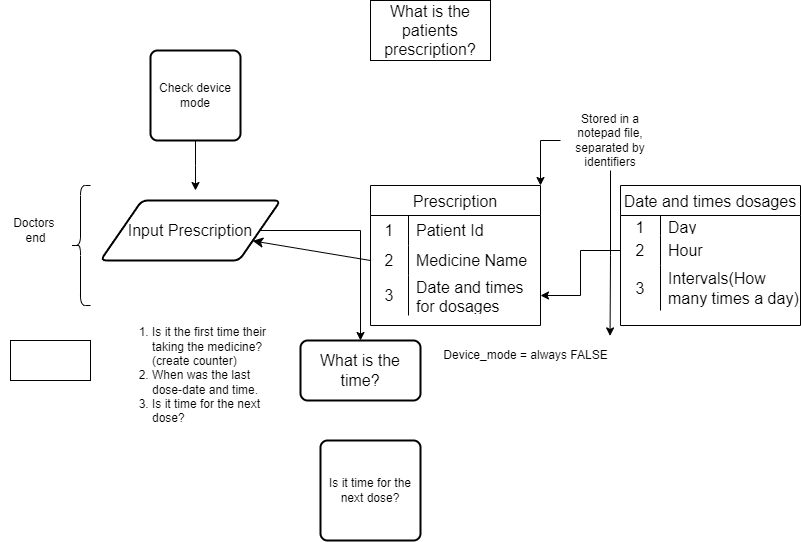
Iann-urus/Med-Assistant keeps this draw.io diagram as Prescription.png. Above is the earlier version. Source tidied: cells renumbered, new cells last; positions are measured from the earlier drawing's top-left corner, leaving out a move shared by most shapes.
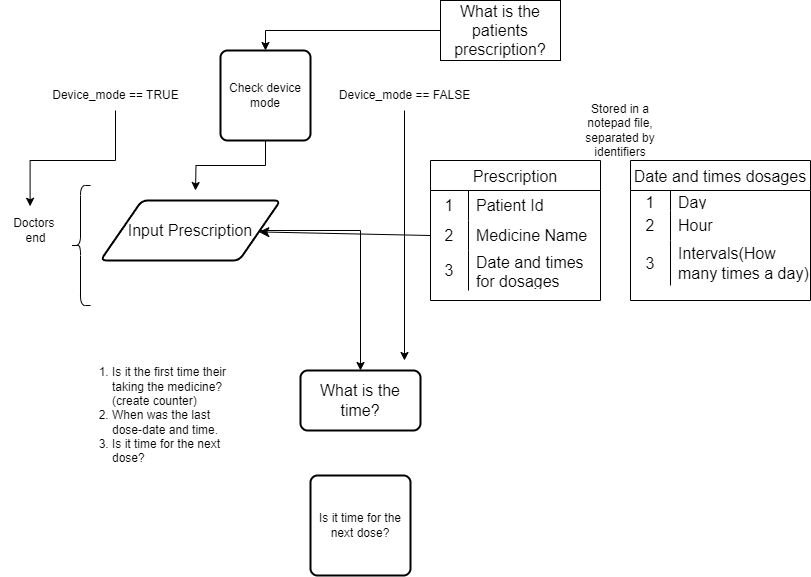
Above is the later version.

The edit, as a diff of the source:
```diff
@@ -2,8 +2,11 @@
   <root>
     <mxCell id="0" />
     <mxCell id="1" parent="0" />
+    <mxCell id="39" style="edgeStyle=orthogonalEdgeStyle;rounded=0;jettySize=auto;html=1;entryX=0.5;entryY=0;entryDx=0;entryDy=0;" parent="1" edge="1" source="2" target="38">
+      <mxGeometry relative="1" as="geometry" />
+    </mxCell>
     <mxCell id="2" value="What is the patients prescription?" style="rounded=0;whiteSpace=wrap;html=1;fontSize=16;" parent="1" vertex="1">
-      <mxGeometry x="370" width="120" height="60" as="geometry" />
+      <mxGeometry x="440" width="120" height="60" as="geometry" />
     </mxCell>
     <mxCell id="3" style="edgeStyle=orthogonalEdgeStyle;rounded=0;jettySize=auto;html=1;" parent="1" edge="1" source="4" target="19">
       <mxGeometry relative="1" as="geometry" />
@@ -12,7 +15,7 @@
       <mxGeometry x="100" y="200" width="180" height="60" as="geometry" />
     </mxCell>
     <mxCell id="5" value="Prescription" style="shape=table;startSize=30;rowLines=0;fontStyle=0;strokeColor=default;fontSize=16;" parent="1" vertex="1">
-      <mxGeometry x="370" y="185" width="170" height="140" as="geometry" />
+      <mxGeometry x="430" y="160" width="170" height="140" as="geometry" />
     </mxCell>
     <mxCell id="6" style="shape=tableRow;horizontal=0;startSize=0;swimlaneHead=0;swimlaneBody=0;top=0;left=0;bottom=0;right=0;fillColor=none;strokeColor=inherit;fontSize=16;" parent="5" vertex="1">
       <mxGeometry y="30" width="170" height="30" as="geometry" />
@@ -44,23 +47,20 @@
     <mxCell id="15" style="edgeStyle=none;curved=1;rounded=0;jettySize=auto;html=1;exitX=0;exitY=0.5;exitDx=0;exitDy=0;fontSize=12;startSize=8;endSize=8;" parent="1" edge="1" source="9" target="4">
       <mxGeometry relative="1" as="geometry" />
     </mxCell>
-    <mxCell id="16" style="edgeStyle=orthogonalEdgeStyle;rounded=0;jettySize=auto;html=1;entryX=1;entryY=0;entryDx=0;entryDy=0;" parent="1" edge="1" source="17" target="5">
-      <mxGeometry relative="1" as="geometry" />
-    </mxCell>
     <mxCell id="17" value="Stored in a notepad file,&lt;br&gt;separated by identifiers" style="text;html=1;strokeColor=none;fillColor=none;align=center;verticalAlign=middle;whiteSpace=wrap;rounded=0;" parent="1" vertex="1">
-      <mxGeometry x="560" y="110" width="100" height="60" as="geometry" />
+      <mxGeometry x="570" y="100" width="100" height="60" as="geometry" />
     </mxCell>
     <mxCell id="18" value="&lt;ol&gt;&lt;li&gt;Is it the first time their taking the medicine?(create counter)&lt;/li&gt;&lt;li&gt;When was the last dose-date and time.&lt;/li&gt;&lt;li&gt;Is it time for the next dose?&lt;/li&gt;&lt;/ol&gt;" style="text;strokeColor=none;fillColor=none;html=1;whiteSpace=wrap;verticalAlign=middle;overflow=hidden;" parent="1" vertex="1">
-      <mxGeometry x="110" y="310" width="160" height="130" as="geometry" />
+      <mxGeometry x="70" y="350" width="160" height="130" as="geometry" />
     </mxCell>
     <mxCell id="19" value="What is the time?" style="whiteSpace=wrap;html=1;fontSize=16;strokeWidth=2;rounded=1;arcSize=12;" parent="1" vertex="1">
-      <mxGeometry x="300" y="340" width="120" height="60" as="geometry" />
+      <mxGeometry x="300" y="370" width="120" height="60" as="geometry" />
     </mxCell>
     <mxCell id="20" value="Is it time for the next dose?" style="rounded=1;whiteSpace=wrap;html=1;absoluteArcSize=1;arcSize=14;strokeWidth=2;" parent="1" vertex="1">
-      <mxGeometry x="320" y="440" width="100" height="100" as="geometry" />
+      <mxGeometry x="310" y="475" width="100" height="100" as="geometry" />
     </mxCell>
     <mxCell id="21" value="Date and times dosages" style="shape=table;startSize=30;rowLines=0;fontStyle=0;strokeColor=default;fontSize=16;" parent="1" vertex="1">
-      <mxGeometry x="620" y="185" width="180" height="140" as="geometry" />
+      <mxGeometry x="630" y="160" width="180" height="140" as="geometry" />
     </mxCell>
     <mxCell id="22" style="shape=tableRow;horizontal=0;startSize=0;swimlaneHead=0;swimlaneBody=0;top=0;left=0;bottom=0;right=0;fillColor=none;strokeColor=inherit;fontSize=16;" parent="21" vertex="1">
       <mxGeometry y="30" width="180" height="20" as="geometry" />
@@ -89,31 +89,33 @@
     <mxCell id="30" value="Intervals(How many times a day)" style="shape=partialRectangle;html=1;whiteSpace=wrap;fillColor=none;top=0;left=0;bottom=0;right=0;align=left;spacingLeft=6;overflow=hidden;strokeColor=inherit;fontSize=16;" parent="28" vertex="1">
       <mxGeometry x="40" width="140" height="45" as="geometry" />
     </mxCell>
-    <mxCell id="31" style="edgeStyle=orthogonalEdgeStyle;rounded=0;jettySize=auto;html=1;exitX=0;exitY=0.5;exitDx=0;exitDy=0;entryX=1;entryY=0.5;entryDx=0;entryDy=0;" parent="1" edge="1" source="25" target="12">
-      <mxGeometry relative="1" as="geometry" />
-    </mxCell>
     <mxCell id="32" style="shape=curlyBracket;whiteSpace=wrap;html=1;rounded=1;labelPosition=left;verticalLabelPosition=middle;align=right;verticalAlign=middle;" parent="1" vertex="1">
       <mxGeometry x="70" y="185" width="20" height="120" as="geometry" />
     </mxCell>
     <mxCell id="33" value="Doctors&amp;nbsp;&lt;br&gt;end" style="text;html=1;align=center;verticalAlign=middle;points=[];strokeColor=none;fillColor=none;" parent="1" vertex="1">
       <mxGeometry y="210" width="70" height="40" as="geometry" />
     </mxCell>
-    <mxCell id="34" style="whiteSpace=wrap;html=1;" parent="1" vertex="1">
-      <mxGeometry x="10" y="340" width="80" height="40" as="geometry" />
-    </mxCell>
-    <mxCell id="35" value="Device_mode = always FALSE" style="text;html=1;align=center;verticalAlign=middle;points=[];strokeColor=none;fillColor=none;" parent="1" vertex="1">
-      <mxGeometry x="430" y="340" width="190" height="30" as="geometry" />
-    </mxCell>
-    <mxCell id="36" style="edgeStyle=orthogonalEdgeStyle;rounded=0;jettySize=auto;html=1;entryX=0.945;entryY=-0.153;entryDx=0;entryDy=0;entryPerimeter=0;" parent="1" edge="1" source="17" target="35">
-      <mxGeometry relative="1" as="geometry" />
-    </mxCell>
     <mxCell id="37" style="edgeStyle=orthogonalEdgeStyle;rounded=0;jettySize=auto;html=1;exitX=0.5;exitY=1;exitDx=0;exitDy=0;" parent="1" edge="1" source="38">
       <mxGeometry relative="1" as="geometry">
         <mxPoint x="195" y="190" as="targetPoint" />
       </mxGeometry>
     </mxCell>
     <mxCell id="38" value="Check device mode" style="rounded=1;whiteSpace=wrap;html=1;absoluteArcSize=1;arcSize=14;strokeWidth=2;" parent="1" vertex="1">
-      <mxGeometry x="150" y="50" width="90" height="90" as="geometry" />
+      <mxGeometry x="220" y="50" width="90" height="90" as="geometry" />
     </mxCell>
+    <mxCell id="40" style="edgeStyle=orthogonalEdgeStyle;rounded=0;jettySize=auto;html=1;" parent="1" edge="1" source="41">
+      <mxGeometry relative="1" as="geometry">
+        <mxPoint x="404" y="360" as="targetPoint" />
+      </mxGeometry>
+    </mxCell>
+    <mxCell id="41" value="Device_mode == FALSE" style="text;html=1;align=center;verticalAlign=middle;points=[];strokeColor=none;fillColor=none;" parent="1" vertex="1">
+      <mxGeometry x="329" y="80" width="150" height="30" as="geometry" />
+    </mxCell>
+    <mxCell id="42" value="Device_mode == TRUE" style="text;html=1;align=center;verticalAlign=middle;points=[];strokeColor=none;fillColor=none;" parent="1" vertex="1">
+      <mxGeometry x="40" y="80" width="150" height="30" as="geometry" />
+    </mxCell>
+    <mxCell id="43" style="edgeStyle=orthogonalEdgeStyle;rounded=0;jettySize=auto;html=1;entryX=0.423;entryY=-0.105;entryDx=0;entryDy=0;entryPerimeter=0;" parent="1" edge="1" source="42" target="33">
+      <mxGeometry relative="1" as="geometry" />
+    </mxCell>
   </root>
 </mxGraphModel>
```
